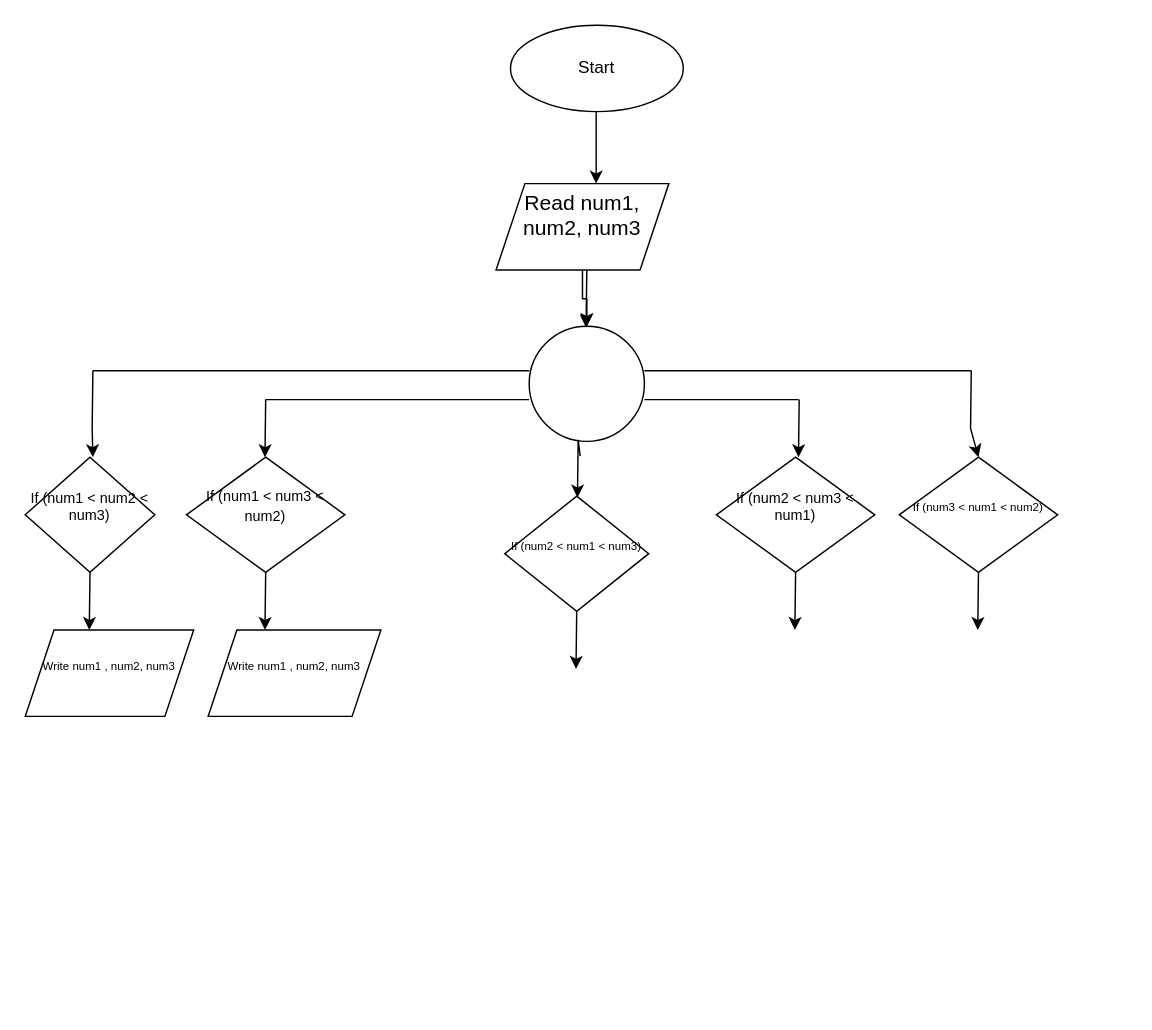
Above: Untitled Diagram.drawio in KoolC2/alx-onboarding (draw.io), before the change. Source tidied: cells renumbered, new cells numbered last; positions are measured from the earlier drawing's top-left corner, leaving out a move shared by most shapes. Both pictures are drawn from the tidied source at 144%, with x=0, y=0 at pixel (24, 24).
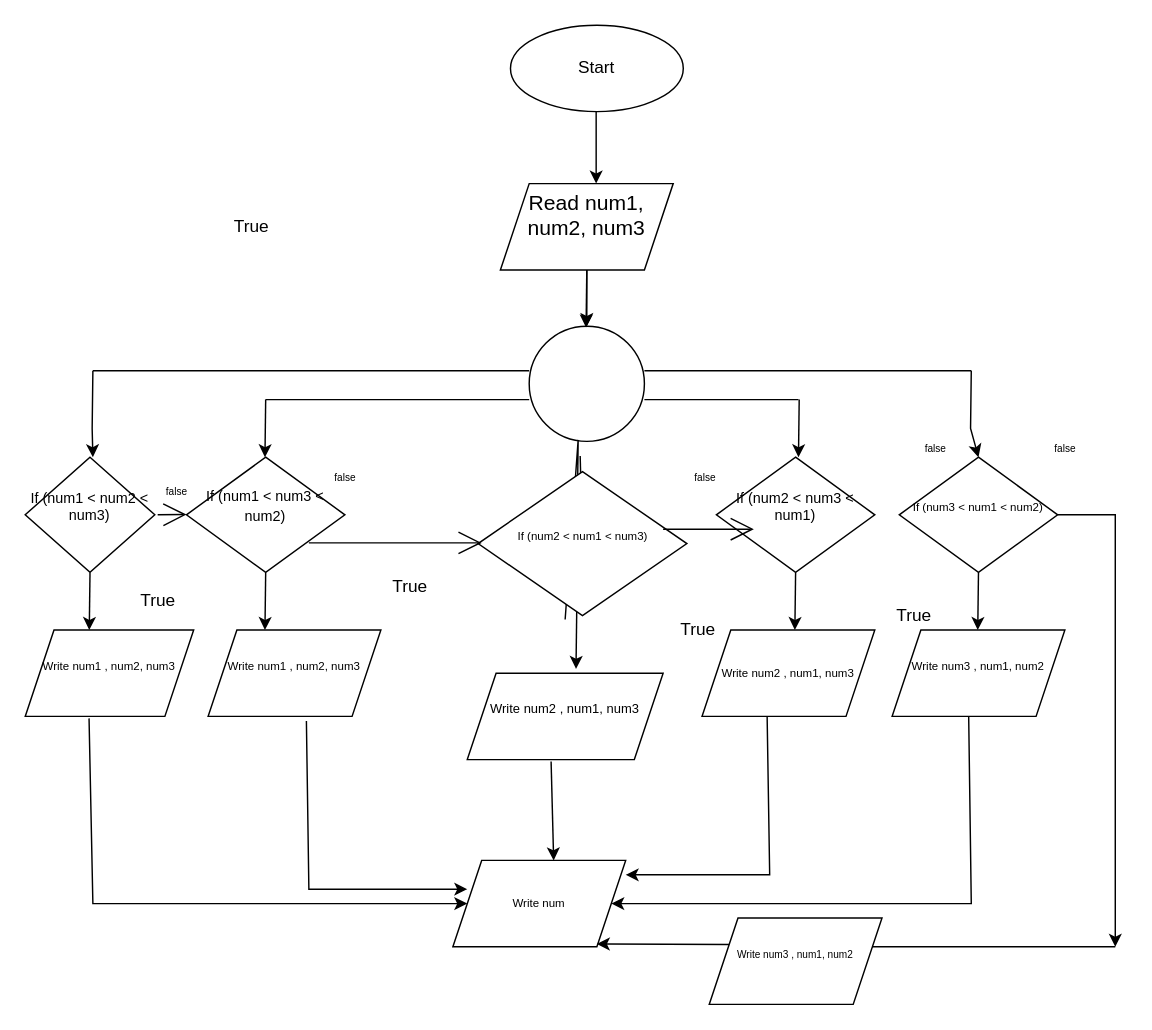
After the change.

The change refers to these unchanged cells:
```xml
<mxCell id="12" value="&#10;&lt;p dir=&quot;ltr&quot; style=&quot;line-height: 1.38; margin-top: 0pt; margin-bottom: 0pt; font-size: 8px;&quot; id=&quot;docs-internal-guid-607b8d66-7fff-5b79-ea57-4089b3710c0b&quot;&gt;&lt;span style=&quot;font-size: 8px; font-family: &amp;quot;arial&amp;quot;; color: rgb(0, 0, 0); background-color: transparent; font-weight: 400; font-style: normal; font-variant: normal; text-decoration: none; vertical-align: baseline;&quot;&gt;If (num3 &amp;lt; num1 &amp;lt; num2)&lt;/span&gt;&lt;/p&gt;&#10;&#10;" style="rhombus;whiteSpace=wrap;html=1;fontSize=8;" parent="1" vertex="1">
  <mxGeometry x="607" y="300" width="110" height="80" as="geometry" />
</mxCell>
<mxCell id="27" value="&#10;&lt;p dir=&quot;ltr&quot; style=&quot;line-height: 1.38; margin-top: 0pt; margin-bottom: 0pt; font-size: 8px;&quot; id=&quot;docs-internal-guid-1024fd8f-7fff-35a2-ca0e-61c285d56845&quot;&gt;&lt;span style=&quot;font-size: 8px; font-family: &amp;quot;arial&amp;quot;; color: rgb(0, 0, 0); background-color: transparent; font-weight: 400; font-style: normal; font-variant: normal; text-decoration: none; vertical-align: baseline;&quot;&gt;Write num1 , num2, num3&lt;/span&gt;&lt;/p&gt;&#10;&#10;" style="shape=parallelogram;perimeter=parallelogramPerimeter;whiteSpace=wrap;html=1;fixedSize=1;fontSize=8;" parent="1" vertex="1">
  <mxGeometry y="420" width="117" height="60" as="geometry" />
</mxCell>
<mxCell id="28" value="&#10;&lt;p dir=&quot;ltr&quot; style=&quot;line-height: 1.38; margin-top: 0pt; margin-bottom: 0pt; font-size: 8px;&quot; id=&quot;docs-internal-guid-b3440dd7-7fff-1862-01f7-3c93585b4b80&quot;&gt;&lt;span style=&quot;font-size: 8px; font-family: &amp;quot;arial&amp;quot;; color: rgb(0, 0, 0); background-color: transparent; font-weight: 400; font-style: normal; font-variant: normal; text-decoration: none; vertical-align: baseline;&quot;&gt;Write num1 , num2, num3&lt;/span&gt;&lt;/p&gt;&#10;&#10;" style="shape=parallelogram;perimeter=parallelogramPerimeter;whiteSpace=wrap;html=1;fixedSize=1;fontSize=8;" parent="1" vertex="1">
  <mxGeometry x="127" y="420" width="120" height="60" as="geometry" />
</mxCell>
```

Change to the diagram source:
```diff
@@
     <mxCell id="6" value="&#10;&lt;span style=&quot;font-size: 11pt; font-family: &amp;quot;arial&amp;quot;; color: rgb(0, 0, 0); background-color: transparent; font-weight: 400; font-style: normal; font-variant: normal; text-decoration: none; vertical-align: baseline;&quot; id=&quot;docs-internal-guid-d946a9c5-7fff-c26a-9376-d725d97a3d21&quot;&gt;Read num1, num2, num3&lt;/span&gt;&#10;&#10;" style="shape=parallelogram;perimeter=parallelogramPerimeter;whiteSpace=wrap;html=1;fixedSize=1;" parent="1" vertex="1">
-      <mxGeometry x="327" y="110" width="120" height="60" as="geometry" />
+      <mxGeometry x="330" y="110" width="120" height="60" as="geometry" />
     </mxCell>
@@
-    <mxCell id="10" value="&#10;&lt;span style=&quot;font-size: 8px; font-family: &amp;quot;arial&amp;quot;; color: rgb(0, 0, 0); background-color: transparent; font-weight: 400; font-style: normal; font-variant: normal; text-decoration: none; vertical-align: baseline;&quot; id=&quot;docs-internal-guid-09454173-7fff-8e8d-ae4b-486d8ab04219&quot;&gt;If (num2 &amp;lt; num1 &amp;lt; num3)&lt;/span&gt;&#10;&#10;" style="rhombus;whiteSpace=wrap;html=1;fontSize=8;" parent="1" vertex="1">
-      <mxGeometry x="333" y="327" width="100" height="80" as="geometry" />
-    </mxCell>
@@
-    <mxCell id="17" style="endArrow=classic;html=1;rounded=0;exitX=0.417;exitY=1.027;exitDx=0;exitDy=0;exitPerimeter=0;" parent="1" edge="1">
+    <mxCell id="17" style="endArrow=classic;html=1;rounded=0;exitX=0.417;exitY=1.027;exitDx=0;exitDy=0;exitPerimeter=0;startArrow=none;" parent="1" edge="1" source="10">
       <mxGeometry relative="1" as="geometry">
-        <mxPoint x="385.4" y="299.2" as="sourcePoint" />
         <mxPoint x="384" y="328" as="targetPoint" />
         <Array as="points">
           <mxPoint x="384" y="288" />
           <mxPoint x="383.5" y="328" />
         </Array>
       </mxGeometry>
     </mxCell>
@@
+    <mxCell id="29" value="&#10;&lt;p dir=&quot;ltr&quot; style=&quot;line-height: 1.38; margin-top: 0pt; margin-bottom: 0pt; font-size: 9px;&quot; id=&quot;docs-internal-guid-f0c00cc0-7fff-9363-1b10-8cafcbef0492&quot;&gt;&lt;span style=&quot;font-size: 9px; font-family: &amp;quot;arial&amp;quot;; color: rgb(0, 0, 0); background-color: transparent; font-weight: 400; font-style: normal; font-variant: normal; text-decoration: none; vertical-align: baseline;&quot;&gt;Write num2 , num1, num3&lt;/span&gt;&lt;/p&gt;&#10;&#10;" style="shape=parallelogram;perimeter=parallelogramPerimeter;whiteSpace=wrap;html=1;fixedSize=1;fontSize=9;" parent="1" vertex="1">
+      <mxGeometry x="307" y="450" width="136" height="60" as="geometry" />
+    </mxCell>
+    <mxCell id="30" value="&lt;p dir=&quot;ltr&quot; style=&quot;line-height: 1.38; margin-top: 0pt; margin-bottom: 0pt; font-size: 8px;&quot; id=&quot;docs-internal-guid-f0c00cc0-7fff-9363-1b10-8cafcbef0492&quot;&gt;&lt;span style=&quot;font-size: 8px; font-family: &amp;quot;arial&amp;quot;; color: rgb(0, 0, 0); background-color: transparent; font-weight: 400; font-style: normal; font-variant: normal; text-decoration: none; vertical-align: baseline;&quot;&gt;Write num2 , num1, num3&lt;/span&gt;&lt;/p&gt;" style="shape=parallelogram;perimeter=parallelogramPerimeter;whiteSpace=wrap;html=1;fixedSize=1;fontSize=8;" parent="1" vertex="1">
+      <mxGeometry x="470" y="420" width="120" height="60" as="geometry" />
+    </mxCell>
+    <mxCell id="31" value="&#10;&lt;p dir=&quot;ltr&quot; style=&quot;line-height: 1.38; margin-top: 0pt; margin-bottom: 0pt; font-size: 8px;&quot; id=&quot;docs-internal-guid-0c6a4174-7fff-9a5a-81ce-c53d74eab8a5&quot;&gt;&lt;span style=&quot;font-size: 8px; font-family: &amp;quot;arial&amp;quot;; color: rgb(0, 0, 0); background-color: transparent; font-weight: 400; font-style: normal; font-variant: normal; text-decoration: none; vertical-align: baseline;&quot;&gt;Write num3 , num1, num2&lt;/span&gt;&lt;/p&gt;&#10;&#10;" style="shape=parallelogram;perimeter=parallelogramPerimeter;whiteSpace=wrap;html=1;fixedSize=1;fontSize=8;" parent="1" vertex="1">
+      <mxGeometry x="602" y="420" width="120" height="60" as="geometry" />
+    </mxCell>
+    <mxCell id="32" value="Write num" style="shape=parallelogram;perimeter=parallelogramPerimeter;whiteSpace=wrap;html=1;fixedSize=1;fontSize=8;" parent="1" vertex="1">
+      <mxGeometry x="297" y="580" width="120" height="60" as="geometry" />
+    </mxCell>
+    <mxCell id="33" style="endArrow=classic;html=1;rounded=0;exitX=0.428;exitY=1.023;exitDx=0;exitDy=0;exitPerimeter=0;" parent="1" edge="1" source="29">
+      <mxGeometry relative="1" as="geometry">
+        <mxPoint x="367.5" y="580" as="targetPoint" />
+        <Array as="points">
+          <mxPoint x="367" y="580" />
+        </Array>
+      </mxGeometry>
+    </mxCell>
+    <mxCell id="34" style="endArrow=classic;html=1;rounded=0;fontSize=8;entryX=1;entryY=0;entryDx=0;entryDy=0;exitX=0.377;exitY=1.008;exitDx=0;exitDy=0;exitPerimeter=0;" parent="1" edge="1" source="30">
+      <mxGeometry relative="1" as="geometry">
+        <mxPoint x="417" y="590" as="targetPoint" />
+        <Array as="points">
+          <mxPoint x="517" y="590" />
+        </Array>
+      </mxGeometry>
+    </mxCell>
+    <mxCell id="35" style="endArrow=classic;html=1;rounded=0;fontSize=8;exitX=0.377;exitY=1.008;exitDx=0;exitDy=0;exitPerimeter=0;" parent="1" edge="1" target="32">
+      <mxGeometry relative="1" as="geometry">
+        <mxPoint x="655.2" y="480" as="sourcePoint" />
+        <Array as="points">
+          <mxPoint x="657" y="610" />
+        </Array>
+      </mxGeometry>
+    </mxCell>
+    <mxCell id="36" style="endArrow=classic;html=1;rounded=0;fontSize=8;exitX=0.569;exitY=1.053;exitDx=0;exitDy=0;exitPerimeter=0;" parent="1" edge="1" source="28">
+      <mxGeometry relative="1" as="geometry">
+        <mxPoint x="307" y="600" as="targetPoint" />
+        <Array as="points">
+          <mxPoint x="197" y="600" />
+        </Array>
+      </mxGeometry>
+    </mxCell>
+    <mxCell id="37" style="endArrow=classic;html=1;rounded=0;fontSize=8;entryX=0;entryY=0.5;entryDx=0;entryDy=0;exitX=0.379;exitY=1.023;exitDx=0;exitDy=0;exitPerimeter=0;" parent="1" edge="1" source="27" target="32">
+      <mxGeometry relative="1" as="geometry">
+        <Array as="points">
+          <mxPoint x="47" y="610" />
+        </Array>
+      </mxGeometry>
+    </mxCell>
+    <mxCell id="38" style="endArrow=classic;html=1;rounded=0;fontSize=8;exitX=1;exitY=0.5;exitDx=0;exitDy=0;" parent="1" edge="1" source="12">
+      <mxGeometry relative="1" as="geometry">
+        <mxPoint x="757" y="640" as="targetPoint" />
+        <Array as="points">
+          <mxPoint x="757" y="340" />
+        </Array>
+      </mxGeometry>
+    </mxCell>
+    <mxCell id="39" style="endArrow=none;html=1;rounded=0;fontSize=8;" parent="1" edge="1">
+      <mxGeometry relative="1" as="geometry">
+        <mxPoint x="587" y="640" as="sourcePoint" />
+        <mxPoint x="757" y="640" as="targetPoint" />
+      </mxGeometry>
+    </mxCell>
+    <mxCell id="40" value="&#10;&lt;p dir=&quot;ltr&quot; style=&quot;line-height: 1.38; margin-top: 0pt; margin-bottom: 0pt; font-size: 7px;&quot; id=&quot;docs-internal-guid-38b0c67b-7fff-0b83-c26a-c8e32ab6db59&quot;&gt;&lt;span style=&quot;font-size: 7px; font-family: &amp;quot;arial&amp;quot;; color: rgb(0, 0, 0); background-color: transparent; font-weight: 400; font-style: normal; font-variant: normal; text-decoration: none; vertical-align: baseline;&quot;&gt;Write num3 , num1, num2&lt;/span&gt;&lt;/p&gt;&#10;&#10;" style="shape=parallelogram;perimeter=parallelogramPerimeter;whiteSpace=wrap;html=1;fixedSize=1;fontSize=7;" parent="1" vertex="1">
+      <mxGeometry x="475" y="620" width="120" height="60" as="geometry" />
+    </mxCell>
+    <mxCell id="41" style="endArrow=classic;html=1;rounded=0;fontSize=8;exitX=0;exitY=0.25;exitDx=0;exitDy=0;" parent="1" edge="1" source="40">
+      <mxGeometry relative="1" as="geometry">
+        <mxPoint x="397" y="638" as="targetPoint" />
+      </mxGeometry>
+    </mxCell>
+    <mxCell id="42" style="edgeStyle=none;orthogonalLoop=1;jettySize=auto;html=1;rounded=0;endArrow=open;startSize=14;endSize=14;sourcePerimeterSpacing=8;targetPerimeterSpacing=8;curved=1;" parent="1" edge="1">
+      <mxGeometry relative="1" as="geometry">
+        <mxPoint x="92" y="340" as="sourcePoint" />
+        <mxPoint x="112" y="339.8" as="targetPoint" />
+        <Array as="points">
+          <mxPoint x="92" y="340" />
+        </Array>
+      </mxGeometry>
+    </mxCell>
+    <mxCell id="43" value="false" style="text;html=1;align=center;verticalAlign=middle;strokeColor=none;fillColor=none;fontSize=7;" parent="1" vertex="1">
+      <mxGeometry x="90" y="320" width="30" height="10" as="geometry" />
+    </mxCell>
+    <mxCell id="44" value="false" style="text;html=1;align=center;verticalAlign=middle;strokeColor=none;fillColor=none;fontSize=7;" parent="1" vertex="1">
+      <mxGeometry x="207" y="310" width="30" height="10" as="geometry" />
+    </mxCell>
+    <mxCell id="10" value="&#10;&lt;span style=&quot;font-size: 8px; font-family: &amp;quot;arial&amp;quot;; color: rgb(0, 0, 0); background-color: transparent; font-weight: 400; font-style: normal; font-variant: normal; text-decoration: none; vertical-align: baseline;&quot; id=&quot;docs-internal-guid-09454173-7fff-8e8d-ae4b-486d8ab04219&quot;&gt;If (num2 &amp;lt; num1 &amp;lt; num3)&lt;/span&gt;&#10;&#10;" style="rhombus;whiteSpace=wrap;html=1;fontSize=8;" parent="1" vertex="1">
+      <mxGeometry x="314.5" y="310" width="145" height="100" as="geometry" />
+    </mxCell>
+    <mxCell id="45" style="endArrow=none;html=1;rounded=0;exitX=0.417;exitY=1.027;exitDx=0;exitDy=0;exitPerimeter=0;" parent="1" edge="1" target="10">
+      <mxGeometry relative="1" as="geometry">
+        <mxPoint x="385.4" y="299.2" as="sourcePoint" />
+      </mxGeometry>
+    </mxCell>
+    <mxCell id="46" style="edgeStyle=none;orthogonalLoop=1;jettySize=auto;html=1;rounded=0;endArrow=open;startSize=14;endSize=14;sourcePerimeterSpacing=8;targetPerimeterSpacing=8;curved=1;" parent="1" edge="1">
+      <mxGeometry relative="1" as="geometry">
+        <mxPoint x="197" y="359.5" as="sourcePoint" />
+        <mxPoint x="317" y="359.5" as="targetPoint" />
+      </mxGeometry>
+    </mxCell>
+    <mxCell id="47" value="false" style="text;html=1;align=center;verticalAlign=middle;strokeColor=none;fillColor=none;fontSize=7;" parent="1" vertex="1">
+      <mxGeometry x="457" y="310" width="30" height="10" as="geometry" />
+    </mxCell>
+    <mxCell id="48" style="edgeStyle=none;orthogonalLoop=1;jettySize=auto;html=1;rounded=0;endArrow=open;startSize=14;endSize=14;sourcePerimeterSpacing=8;targetPerimeterSpacing=8;curved=1;" parent="1" edge="1">
+      <mxGeometry relative="1" as="geometry">
+        <mxPoint x="443" y="350" as="sourcePoint" />
+        <mxPoint x="506" y="350" as="targetPoint" />
+      </mxGeometry>
+    </mxCell>
+    <mxCell id="49" value="false" style="text;html=1;align=center;verticalAlign=middle;strokeColor=none;fillColor=none;fontSize=7;" parent="1" vertex="1">
+      <mxGeometry x="617" y="290" width="30" height="10" as="geometry" />
+    </mxCell>
+    <mxCell id="50" value="false" style="text;html=1;align=center;verticalAlign=middle;strokeColor=none;fillColor=none;fontSize=7;" parent="1" vertex="1">
+      <mxGeometry x="707" y="290" width="30" height="10" as="geometry" />
+    </mxCell>
+    <mxCell id="51" value="True" style="text;html=1;align=center;verticalAlign=middle;strokeColor=none;fillColor=none;hachureGap=4;" parent="1" vertex="1">
+      <mxGeometry x="137" y="130" width="40" height="20" as="geometry" />
+    </mxCell>
+    <mxCell id="52" value="True" style="text;html=1;align=center;verticalAlign=middle;strokeColor=none;fillColor=none;hachureGap=4;" parent="1" vertex="1">
+      <mxGeometry x="72" y="390" width="40" height="20" as="geometry" />
+    </mxCell>
+    <mxCell id="53" value="True" style="text;html=1;align=center;verticalAlign=middle;strokeColor=none;fillColor=none;hachureGap=4;" parent="1" vertex="1">
+      <mxGeometry x="247" y="380" width="40" height="20" as="geometry" />
+    </mxCell>
+    <mxCell id="54" value="True" style="text;html=1;align=center;verticalAlign=middle;strokeColor=none;fillColor=none;hachureGap=4;" parent="1" vertex="1">
+      <mxGeometry x="447" y="410" width="40" height="20" as="geometry" />
+    </mxCell>
+    <mxCell id="55" value="True" style="text;html=1;align=center;verticalAlign=middle;strokeColor=none;fillColor=none;hachureGap=4;" parent="1" vertex="1">
+      <mxGeometry x="597" y="400" width="40" height="20" as="geometry" />
+    </mxCell>
```
